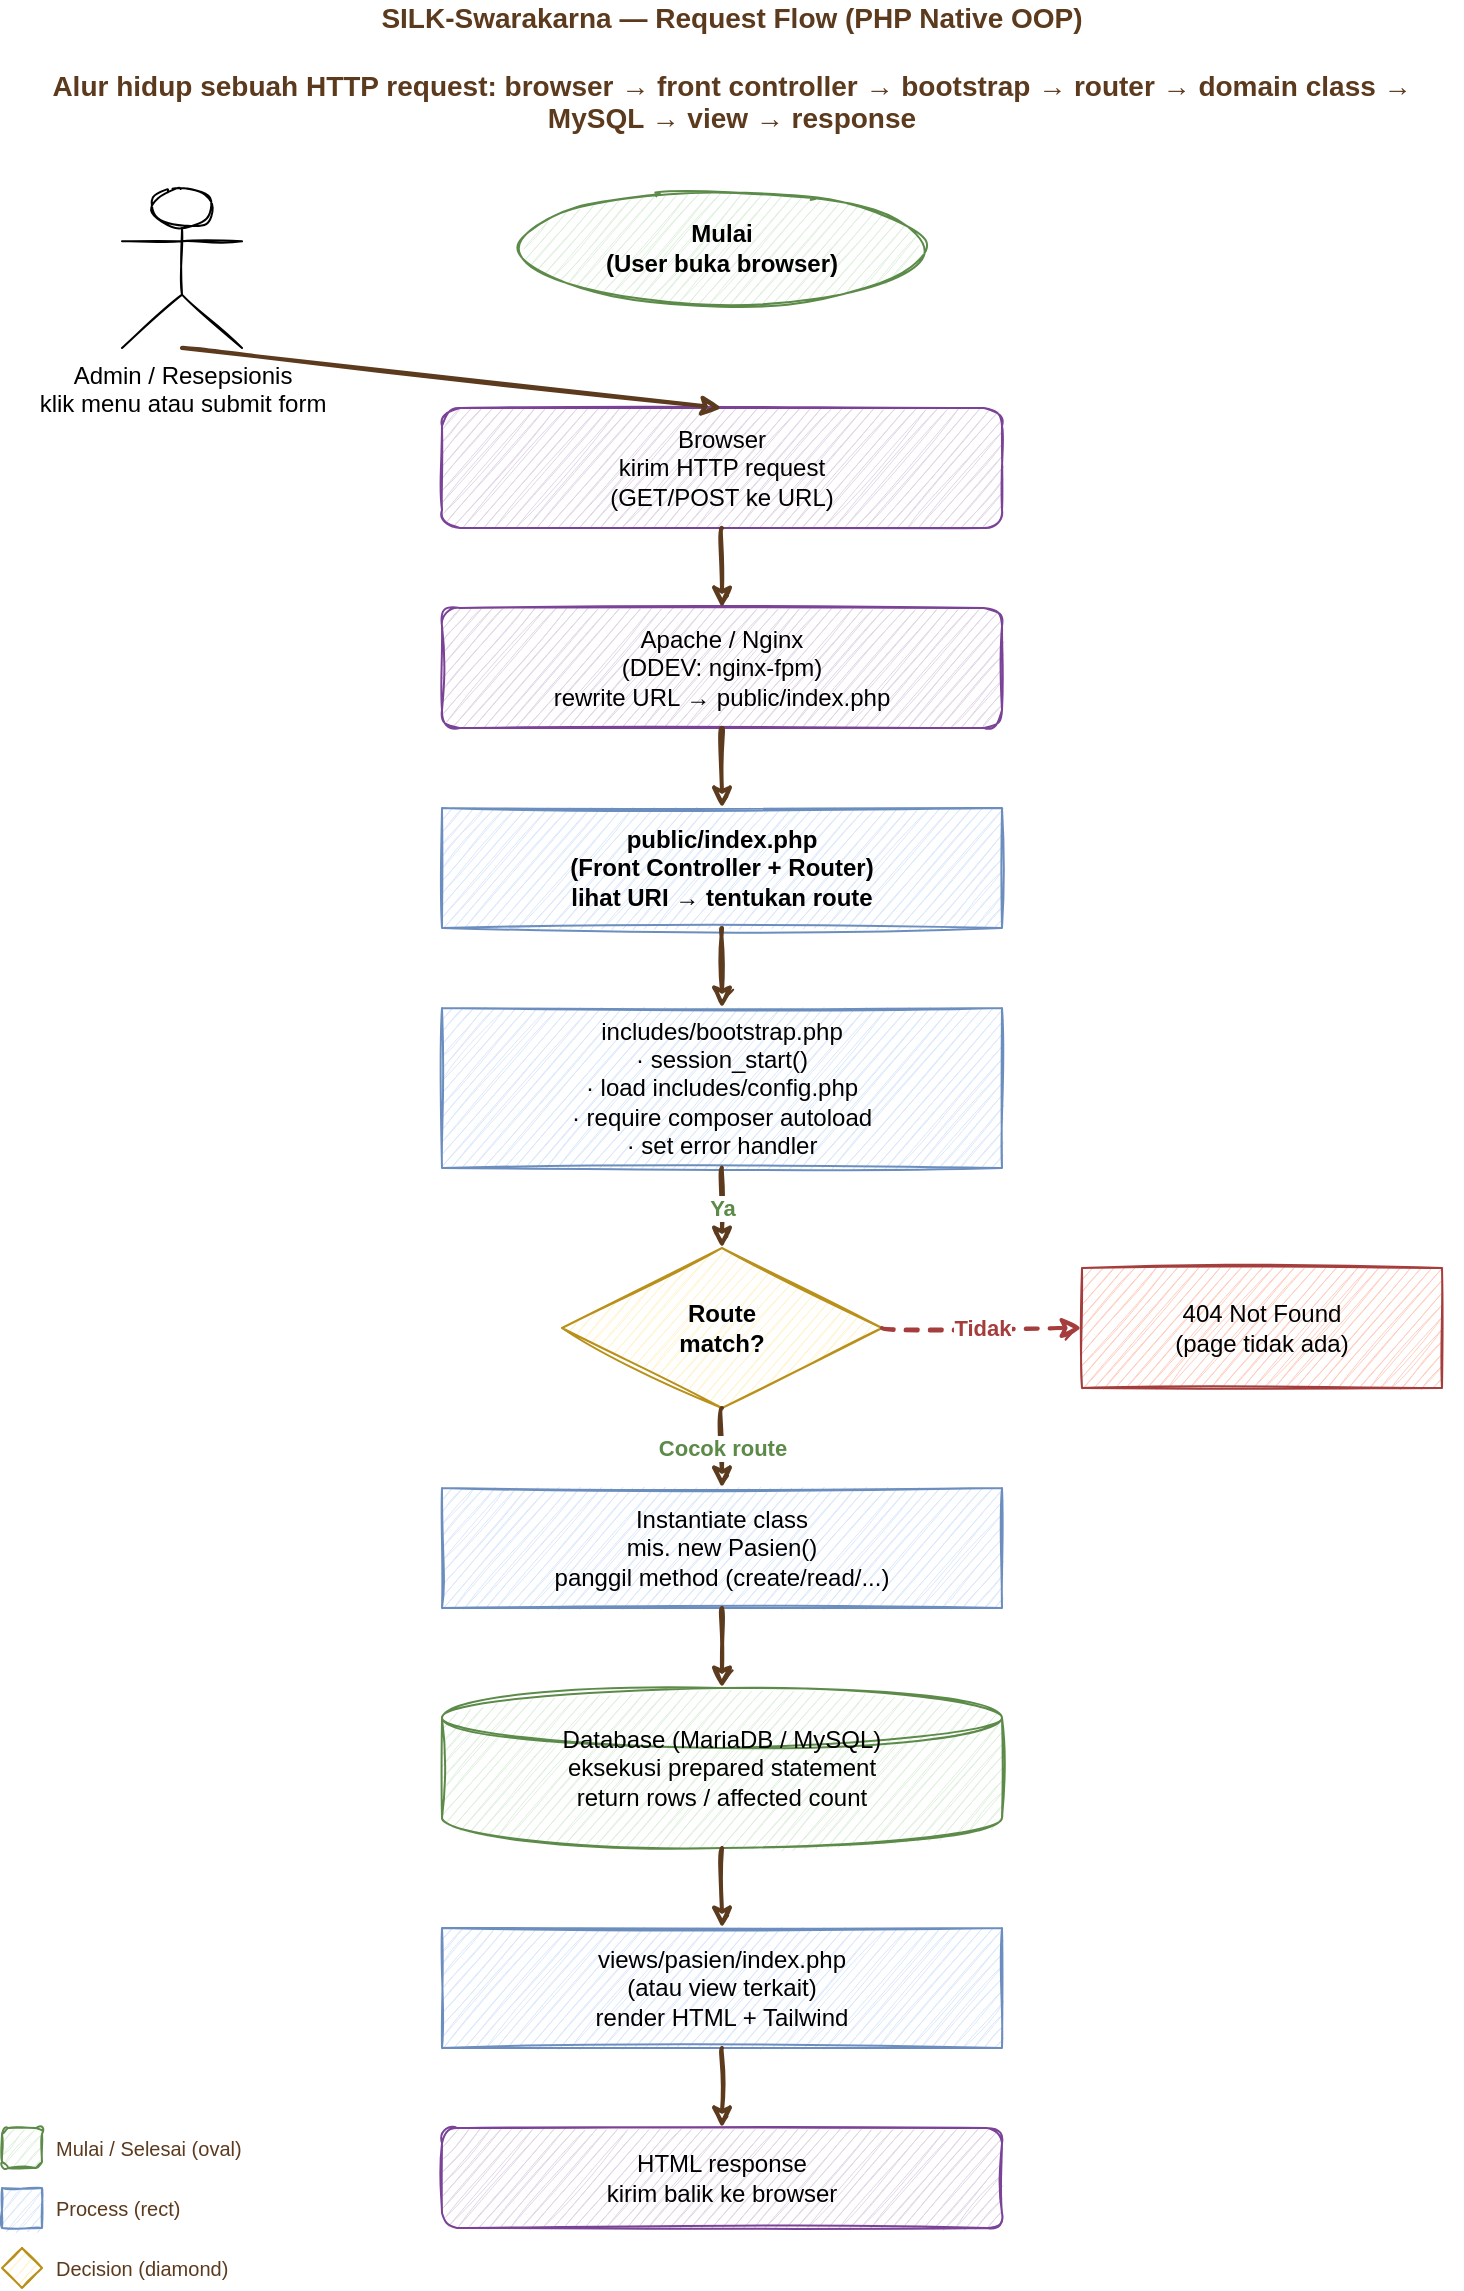
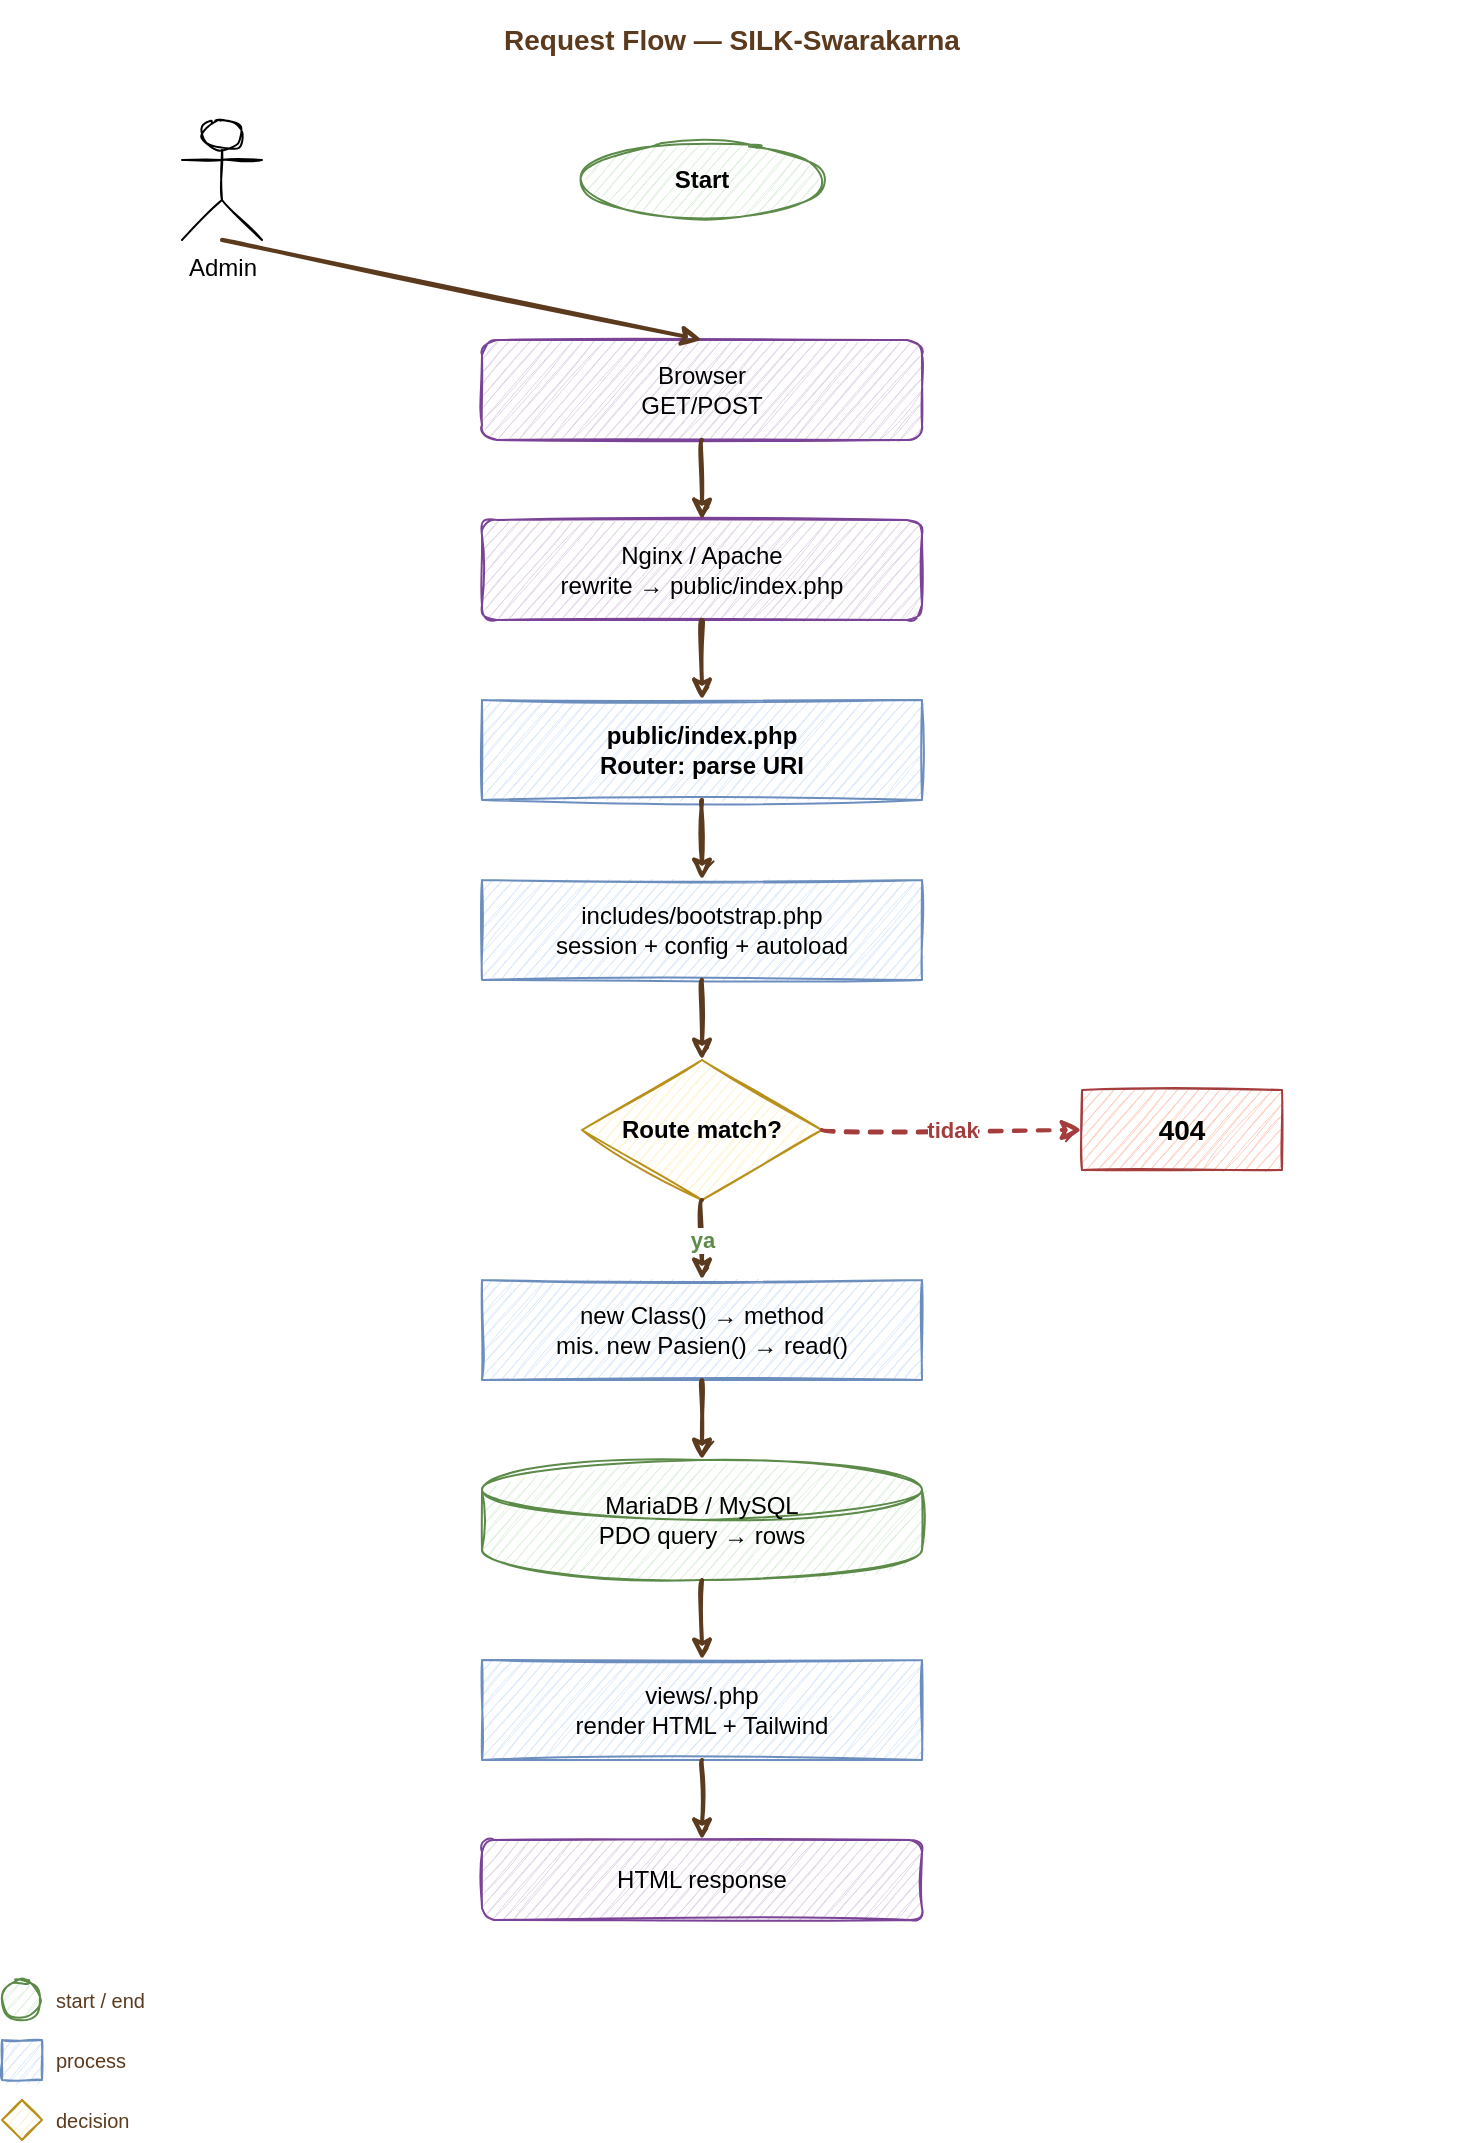
<?xml version="1.0" encoding="UTF-8"?>
<mxfile host="drawio" version="26.0.0">
  <diagram name="Flow" id="flow-silk-swarakarna">
-     <mxGraphModel dx="900" dy="1100" grid="1" gridSize="10" guides="1" tooltips="1" connect="1" arrows="1" fold="1" page="1" pageScale="1" pageWidth="850" pageHeight="1150" math="0" shadow="0">
+     <mxGraphModel dx="900" dy="1100" grid="1" gridSize="10" guides="1" tooltips="1" connect="1" arrows="1" fold="1" page="1" pageScale="1" pageWidth="850" pageHeight="1100" math="0" shadow="0">
      <root>
        <mxCell id="0" />
        <mxCell id="1" parent="0" />

-         <mxCell id="title" value="SILK-Swarakarna — Request Flow (PHP Native OOP)&#xa;&#xa;Alur hidup sebuah HTTP request: browser → front controller → bootstrap → router → domain class → MySQL → view → response" style="text;html=1;align=center;verticalAlign=middle;whiteSpace=wrap;rounded=0;fontSize=14;fontStyle=1;fontColor=#5c3a1e;sketch=1;fontFamily=Helvetica;" vertex="1" parent="1">
-           <mxGeometry x="60" y="20" width="730" height="60" as="geometry" />
+         <mxCell id="title" value="Request Flow — SILK-Swarakarna" style="text;html=1;align=center;verticalAlign=middle;whiteSpace=wrap;rounded=0;fontSize=14;fontStyle=1;fontColor=#5c3a1e;sketch=1;fontFamily=Helvetica;" vertex="1" parent="1">
+           <mxGeometry x="60" y="20" width="730" height="40" as="geometry" />
        </mxCell>

-         <mxCell id="start" value="Mulai&#xa;(User buka browser)" style="ellipse;whiteSpace=wrap;html=1;fillColor=#def0dc;strokeColor=#5c8a49;sketch=1;fontFamily=Helvetica;fontSize=12;fontStyle=1;" vertex="1" parent="1">
-           <mxGeometry x="320" y="110" width="200" height="60" as="geometry" />
+         <mxCell id="start" value="Start" style="ellipse;whiteSpace=wrap;html=1;fillColor=#def0dc;strokeColor=#5c8a49;sketch=1;fontFamily=Helvetica;fontSize=12;fontStyle=1;" vertex="1" parent="1">
+           <mxGeometry x="350" y="90" width="120" height="40" as="geometry" />
        </mxCell>

-         <mxCell id="user" value="Admin / Resepsionis&#xa;klik menu atau submit form" style="shape=umlActor;verticalLabelPosition=bottom;labelBackgroundColor=#ffffff;verticalAlign=top;html=1;outlineConnect=0;sketch=1;fontFamily=Helvetica;fontSize=12;" vertex="1" parent="1">
-           <mxGeometry x="120" y="110" width="60" height="80" as="geometry" />
+         <mxCell id="user" value="Admin" style="shape=umlActor;verticalLabelPosition=bottom;labelBackgroundColor=#ffffff;verticalAlign=top;html=1;outlineConnect=0;sketch=1;fontFamily=Helvetica;fontSize=12;" vertex="1" parent="1">
+           <mxGeometry x="150" y="80" width="40" height="60" as="geometry" />
        </mxCell>

-         <mxCell id="browser" value="Browser&#xa;kirim HTTP request&#xa;(GET/POST ke URL)" style="rounded=1;whiteSpace=wrap;html=1;fillColor=#e1d5e7;strokeColor=#7b4397;sketch=1;fontFamily=Helvetica;fontSize=12;" vertex="1" parent="1">
-           <mxGeometry x="280" y="220" width="280" height="60" as="geometry" />
+         <mxCell id="browser" value="Browser&#xa;GET/POST" style="rounded=1;whiteSpace=wrap;html=1;fillColor=#e1d5e7;strokeColor=#7b4397;sketch=1;fontFamily=Helvetica;fontSize=12;" vertex="1" parent="1">
+           <mxGeometry x="300" y="190" width="220" height="50" as="geometry" />
        </mxCell>

-         <mxCell id="apachenginx" value="Apache / Nginx&#xa;(DDEV: nginx-fpm)&#xa;rewrite URL → public/index.php" style="rounded=1;whiteSpace=wrap;html=1;fillColor=#e1d5e7;strokeColor=#7b4397;sketch=1;fontFamily=Helvetica;fontSize=12;" vertex="1" parent="1">
-           <mxGeometry x="280" y="320" width="280" height="60" as="geometry" />
+         <mxCell id="apachenginx" value="Nginx / Apache&#xa;rewrite → public/index.php" style="rounded=1;whiteSpace=wrap;html=1;fillColor=#e1d5e7;strokeColor=#7b4397;sketch=1;fontFamily=Helvetica;fontSize=12;" vertex="1" parent="1">
+           <mxGeometry x="300" y="280" width="220" height="50" as="geometry" />
        </mxCell>

-         <mxCell id="frontcontroller" value="public/index.php&#xa;(Front Controller + Router)&#xa;lihat URI → tentukan route" style="rounded=0;whiteSpace=wrap;html=1;fillColor=#dae8fc;strokeColor=#6c8ebf;sketch=1;fontFamily=Helvetica;fontSize=12;fontStyle=1;" vertex="1" parent="1">
-           <mxGeometry x="280" y="420" width="280" height="60" as="geometry" />
+         <mxCell id="frontcontroller" value="public/index.php&#xa;Router: parse URI" style="rounded=0;whiteSpace=wrap;html=1;fillColor=#dae8fc;strokeColor=#6c8ebf;sketch=1;fontFamily=Helvetica;fontSize=12;fontStyle=1;" vertex="1" parent="1">
+           <mxGeometry x="300" y="370" width="220" height="50" as="geometry" />
        </mxCell>

-         <mxCell id="bootstrap" value="includes/bootstrap.php&#xa;· session_start()&#xa;· load includes/config.php&#xa;· require composer autoload&#xa;· set error handler" style="rounded=0;whiteSpace=wrap;html=1;fillColor=#dae8fc;strokeColor=#6c8ebf;sketch=1;fontFamily=Helvetica;fontSize=12;" vertex="1" parent="1">
-           <mxGeometry x="280" y="520" width="280" height="80" as="geometry" />
+         <mxCell id="bootstrap" value="includes/bootstrap.php&#xa;session + config + autoload" style="rounded=0;whiteSpace=wrap;html=1;fillColor=#dae8fc;strokeColor=#6c8ebf;sketch=1;fontFamily=Helvetica;fontSize=12;" vertex="1" parent="1">
+           <mxGeometry x="300" y="460" width="220" height="50" as="geometry" />
        </mxCell>

-         <mxCell id="decision" value="Route&#xa;match?" style="rhombus;whiteSpace=wrap;html=1;fillColor=#fff4cc;strokeColor=#b8901a;sketch=1;fontFamily=Helvetica;fontSize=12;fontStyle=1;" vertex="1" parent="1">
-           <mxGeometry x="340" y="640" width="160" height="80" as="geometry" />
+         <mxCell id="decision" value="Route match?" style="rhombus;whiteSpace=wrap;html=1;fillColor=#fff4cc;strokeColor=#b8901a;sketch=1;fontFamily=Helvetica;fontSize=12;fontStyle=1;" vertex="1" parent="1">
+           <mxGeometry x="350" y="550" width="120" height="70" as="geometry" />
        </mxCell>

-         <mxCell id="classinstance" value="Instantiate class&#xa;mis. new Pasien()&#xa;panggil method (create/read/...)" style="rounded=0;whiteSpace=wrap;html=1;fillColor=#dae8fc;strokeColor=#6c8ebf;sketch=1;fontFamily=Helvetica;fontSize=12;" vertex="1" parent="1">
-           <mxGeometry x="280" y="760" width="280" height="60" as="geometry" />
+         <mxCell id="classinstance" value="new Class() → method&#xa;mis. new Pasien() → read()" style="rounded=0;whiteSpace=wrap;html=1;fillColor=#dae8fc;strokeColor=#6c8ebf;sketch=1;fontFamily=Helvetica;fontSize=12;" vertex="1" parent="1">
+           <mxGeometry x="300" y="660" width="220" height="50" as="geometry" />
        </mxCell>

-         <mxCell id="db" value="Database (MariaDB / MySQL)&#xa;eksekusi prepared statement&#xa;return rows / affected count" style="shape=cylinder3;whiteSpace=wrap;html=1;fillColor=#def0dc;strokeColor=#5c8a49;sketch=1;fontFamily=Helvetica;fontSize=12;" vertex="1" parent="1">
-           <mxGeometry x="280" y="860" width="280" height="80" as="geometry" />
+         <mxCell id="db" value="MariaDB / MySQL&#xa;PDO query → rows" style="shape=cylinder3;whiteSpace=wrap;html=1;fillColor=#def0dc;strokeColor=#5c8a49;sketch=1;fontFamily=Helvetica;fontSize=12;" vertex="1" parent="1">
+           <mxGeometry x="300" y="750" width="220" height="60" as="geometry" />
        </mxCell>

-         <mxCell id="view" value="views/pasien/index.php&#xa;(atau view terkait)&#xa;render HTML + Tailwind" style="rounded=0;whiteSpace=wrap;html=1;fillColor=#dae8fc;strokeColor=#6c8ebf;sketch=1;fontFamily=Helvetica;fontSize=12;" vertex="1" parent="1">
-           <mxGeometry x="280" y="980" width="280" height="60" as="geometry" />
+         <mxCell id="view" value="views/&lt;page&gt;.php&#xa;render HTML + Tailwind" style="rounded=0;whiteSpace=wrap;html=1;fillColor=#dae8fc;strokeColor=#6c8ebf;sketch=1;fontFamily=Helvetica;fontSize=12;" vertex="1" parent="1">
+           <mxGeometry x="300" y="850" width="220" height="50" as="geometry" />
        </mxCell>

-         <mxCell id="response" value="HTML response&#xa;kirim balik ke browser" style="rounded=1;whiteSpace=wrap;html=1;fillColor=#e1d5e7;strokeColor=#7b4397;sketch=1;fontFamily=Helvetica;fontSize=12;" vertex="1" parent="1">
-           <mxGeometry x="280" y="1080" width="280" height="50" as="geometry" />
+         <mxCell id="response" value="HTML response" style="rounded=1;whiteSpace=wrap;html=1;fillColor=#e1d5e7;strokeColor=#7b4397;sketch=1;fontFamily=Helvetica;fontSize=12;" vertex="1" parent="1">
+           <mxGeometry x="300" y="940" width="220" height="40" as="geometry" />
        </mxCell>

        <mxCell id="e1" value="" style="endArrow=classic;html=1;sketch=1;curved=1;strokeColor=#5c3a1e;strokeWidth=2;exitX=0.5;exitY=1;entryX=0.5;entryY=0;" edge="1" parent="1" source="user" target="browser">
          <mxGeometry relative="1" as="geometry" />
        </mxCell>
        <mxCell id="e2" value="" style="endArrow=classic;html=1;sketch=1;curved=1;strokeColor=#5c3a1e;strokeWidth=2;exitX=0.5;exitY=1;entryX=0.5;entryY=0;" edge="1" parent="1" source="browser" target="apachenginx">
          <mxGeometry relative="1" as="geometry" />
        </mxCell>
        <mxCell id="e3" value="" style="endArrow=classic;html=1;sketch=1;curved=1;strokeColor=#5c3a1e;strokeWidth=2;exitX=0.5;exitY=1;entryX=0.5;entryY=0;" edge="1" parent="1" source="apachenginx" target="frontcontroller">
          <mxGeometry relative="1" as="geometry" />
        </mxCell>
        <mxCell id="e4" value="" style="endArrow=classic;html=1;sketch=1;curved=1;strokeColor=#5c3a1e;strokeWidth=2;exitX=0.5;exitY=1;entryX=0.5;entryY=0;" edge="1" parent="1" source="frontcontroller" target="bootstrap">
          <mxGeometry relative="1" as="geometry" />
        </mxCell>
-         <mxCell id="e5" value="Ya" style="endArrow=classic;html=1;sketch=1;curved=1;strokeColor=#5c3a1e;strokeWidth=2;exitX=0.5;exitY=1;entryX=0.5;entryY=0;fontSize=11;fontStyle=1;fontColor=#5c8a49;fontFamily=Helvetica;" edge="1" parent="1" source="bootstrap" target="decision">
+         <mxCell id="e5" value="" style="endArrow=classic;html=1;sketch=1;curved=1;strokeColor=#5c3a1e;strokeWidth=2;exitX=0.5;exitY=1;entryX=0.5;entryY=0;" edge="1" parent="1" source="bootstrap" target="decision">
          <mxGeometry relative="1" as="geometry" />
        </mxCell>
-         <mxCell id="e6" value="Cocok route" style="endArrow=classic;html=1;sketch=1;curved=1;strokeColor=#5c3a1e;strokeWidth=2;exitX=0.5;exitY=1;entryX=0.5;entryY=0;fontSize=11;fontStyle=1;fontColor=#5c8a49;fontFamily=Helvetica;" edge="1" parent="1" source="decision" target="classinstance">
+         <mxCell id="e6" value="ya" style="endArrow=classic;html=1;sketch=1;curved=1;strokeColor=#5c3a1e;strokeWidth=2;exitX=0.5;exitY=1;entryX=0.5;entryY=0;fontSize=11;fontStyle=1;fontColor=#5c8a49;fontFamily=Helvetica;" edge="1" parent="1" source="decision" target="classinstance">
          <mxGeometry relative="1" as="geometry" />
        </mxCell>
        <mxCell id="e7" value="" style="endArrow=classic;html=1;sketch=1;curved=1;strokeColor=#5c3a1e;strokeWidth=2;exitX=0.5;exitY=1;entryX=0.5;entryY=0;" edge="1" parent="1" source="classinstance" target="db">
          <mxGeometry relative="1" as="geometry" />
        </mxCell>
        <mxCell id="e8" value="" style="endArrow=classic;html=1;sketch=1;curved=1;strokeColor=#5c3a1e;strokeWidth=2;exitX=0.5;exitY=1;entryX=0.5;entryY=0;" edge="1" parent="1" source="db" target="view">
          <mxGeometry relative="1" as="geometry" />
        </mxCell>
        <mxCell id="e9" value="" style="endArrow=classic;html=1;sketch=1;curved=1;strokeColor=#5c3a1e;strokeWidth=2;exitX=0.5;exitY=1;entryX=0.5;entryY=0;" edge="1" parent="1" source="view" target="response">
          <mxGeometry relative="1" as="geometry" />
        </mxCell>

-         <mxCell id="notfound" value="404 Not Found&#xa;(page tidak ada)" style="rounded=0;whiteSpace=wrap;html=1;fillColor=#ffcdbf;strokeColor=#a53d3d;sketch=1;fontFamily=Helvetica;fontSize=12;" vertex="1" parent="1">
-           <mxGeometry x="600" y="650" width="180" height="60" as="geometry" />
+         <mxCell id="notfound" value="404" style="rounded=0;whiteSpace=wrap;html=1;fillColor=#ffcdbf;strokeColor=#a53d3d;sketch=1;fontFamily=Helvetica;fontSize=14;fontStyle=1;" vertex="1" parent="1">
+           <mxGeometry x="600" y="565" width="100" height="40" as="geometry" />
        </mxCell>
-         <mxCell id="e10" value="Tidak" style="endArrow=classic;html=1;sketch=1;curved=1;strokeColor=#a53d3d;strokeWidth=2;dashed=1;exitX=1;exitY=0.5;entryX=0;entryY=0.5;fontSize=11;fontStyle=1;fontColor=#a53d3d;fontFamily=Helvetica;" edge="1" parent="1" source="decision" target="notfound">
+         <mxCell id="e10" value="tidak" style="endArrow=classic;html=1;sketch=1;curved=1;strokeColor=#a53d3d;strokeWidth=2;dashed=1;exitX=1;exitY=0.5;entryX=0;entryY=0.5;fontSize=11;fontStyle=1;fontColor=#a53d3d;fontFamily=Helvetica;" edge="1" parent="1" source="decision" target="notfound">
          <mxGeometry relative="1" as="geometry" />
        </mxCell>

-         <mxCell id="legend-1" value="" style="rounded=1;whiteSpace=wrap;html=1;fillColor=#def0dc;strokeColor=#5c8a49;sketch=1;fontFamily=Helvetica;" vertex="1" parent="1">
-           <mxGeometry x="60" y="1080" width="20" height="20" as="geometry" />
+         <mxCell id="legend-1" value="" style="ellipse;whiteSpace=wrap;html=1;fillColor=#def0dc;strokeColor=#5c8a49;sketch=1;fontFamily=Helvetica;" vertex="1" parent="1">
+           <mxGeometry x="60" y="1010" width="20" height="20" as="geometry" />
        </mxCell>
-         <mxCell id="legend-1-text" value="Mulai / Selesai (oval)" style="text;html=1;align=left;verticalAlign=middle;fontSize=10;fontColor=#5c3a1e;fontFamily=Helvetica;" vertex="1" parent="1">
-           <mxGeometry x="85" y="1080" width="120" height="20" as="geometry" />
+         <mxCell id="legend-1-text" value="start / end" style="text;html=1;align=left;verticalAlign=middle;fontSize=10;fontColor=#5c3a1e;fontFamily=Helvetica;" vertex="1" parent="1">
+           <mxGeometry x="85" y="1010" width="120" height="20" as="geometry" />
        </mxCell>
        <mxCell id="legend-2" value="" style="rounded=0;whiteSpace=wrap;html=1;fillColor=#dae8fc;strokeColor=#6c8ebf;sketch=1;fontFamily=Helvetica;" vertex="1" parent="1">
-           <mxGeometry x="60" y="1110" width="20" height="20" as="geometry" />
+           <mxGeometry x="60" y="1040" width="20" height="20" as="geometry" />
        </mxCell>
-         <mxCell id="legend-2-text" value="Process (rect)" style="text;html=1;align=left;verticalAlign=middle;fontSize=10;fontColor=#5c3a1e;fontFamily=Helvetica;" vertex="1" parent="1">
-           <mxGeometry x="85" y="1110" width="120" height="20" as="geometry" />
+         <mxCell id="legend-2-text" value="process" style="text;html=1;align=left;verticalAlign=middle;fontSize=10;fontColor=#5c3a1e;fontFamily=Helvetica;" vertex="1" parent="1">
+           <mxGeometry x="85" y="1040" width="120" height="20" as="geometry" />
        </mxCell>
        <mxCell id="legend-3" value="" style="rhombus;whiteSpace=wrap;html=1;fillColor=#fff4cc;strokeColor=#b8901a;sketch=1;fontFamily=Helvetica;" vertex="1" parent="1">
-           <mxGeometry x="60" y="1140" width="20" height="20" as="geometry" />
+           <mxGeometry x="60" y="1070" width="20" height="20" as="geometry" />
        </mxCell>
-         <mxCell id="legend-3-text" value="Decision (diamond)" style="text;html=1;align=left;verticalAlign=middle;fontSize=10;fontColor=#5c3a1e;fontFamily=Helvetica;" vertex="1" parent="1">
-           <mxGeometry x="85" y="1140" width="120" height="20" as="geometry" />
+         <mxCell id="legend-3-text" value="decision" style="text;html=1;align=left;verticalAlign=middle;fontSize=10;fontColor=#5c3a1e;fontFamily=Helvetica;" vertex="1" parent="1">
+           <mxGeometry x="85" y="1070" width="120" height="20" as="geometry" />
        </mxCell>

      </root>
    </mxGraphModel>
  </diagram>
</mxfile>
